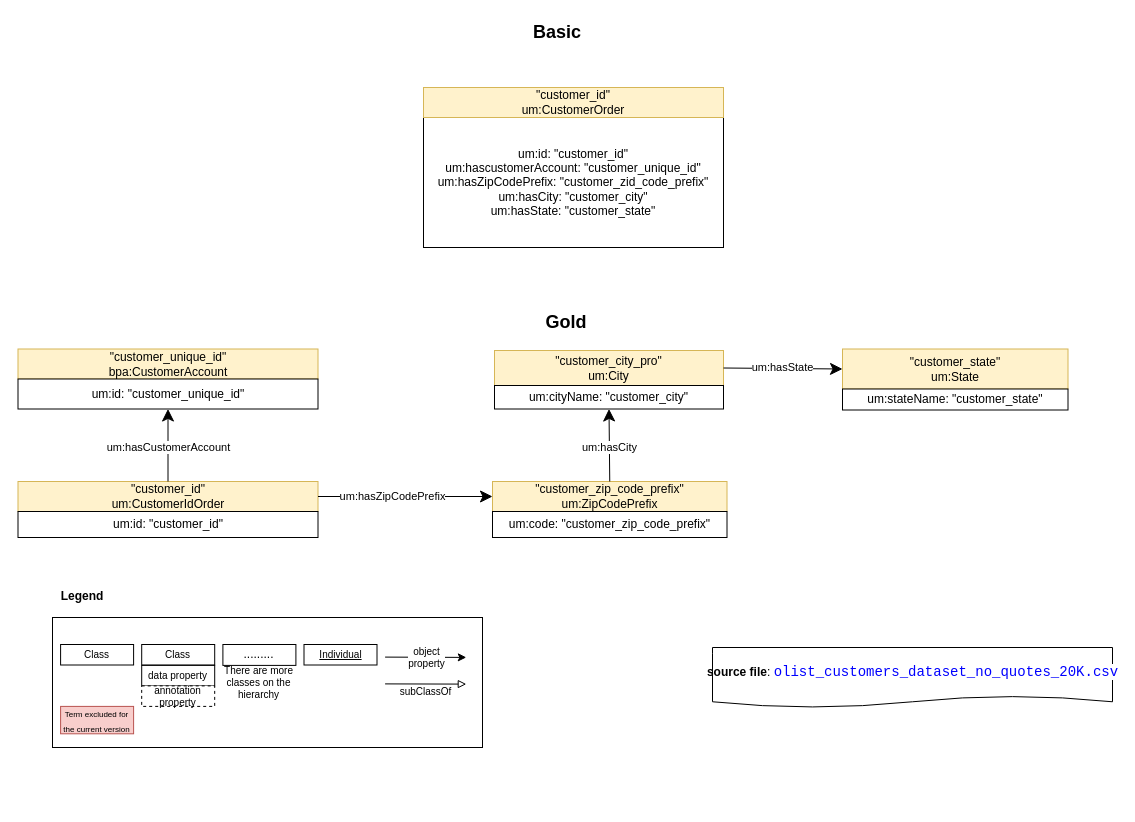
Before: page "Gold-Basic" (7 of 15) of BrazilianE-Commerce/Figures/BrazilianEcommerce.drawio in tecnomod-um/EvaluationGraphAlignmentMethods, a draw.io diagram. Source tidied: cells renumbered, new cells numbered last; positions are measured from the earlier drawing's top-left corner, leaving out a move shared by most shapes. Both pictures are drawn from the tidied source at 100%, with x=0, y=0 at pixel (18, 17).
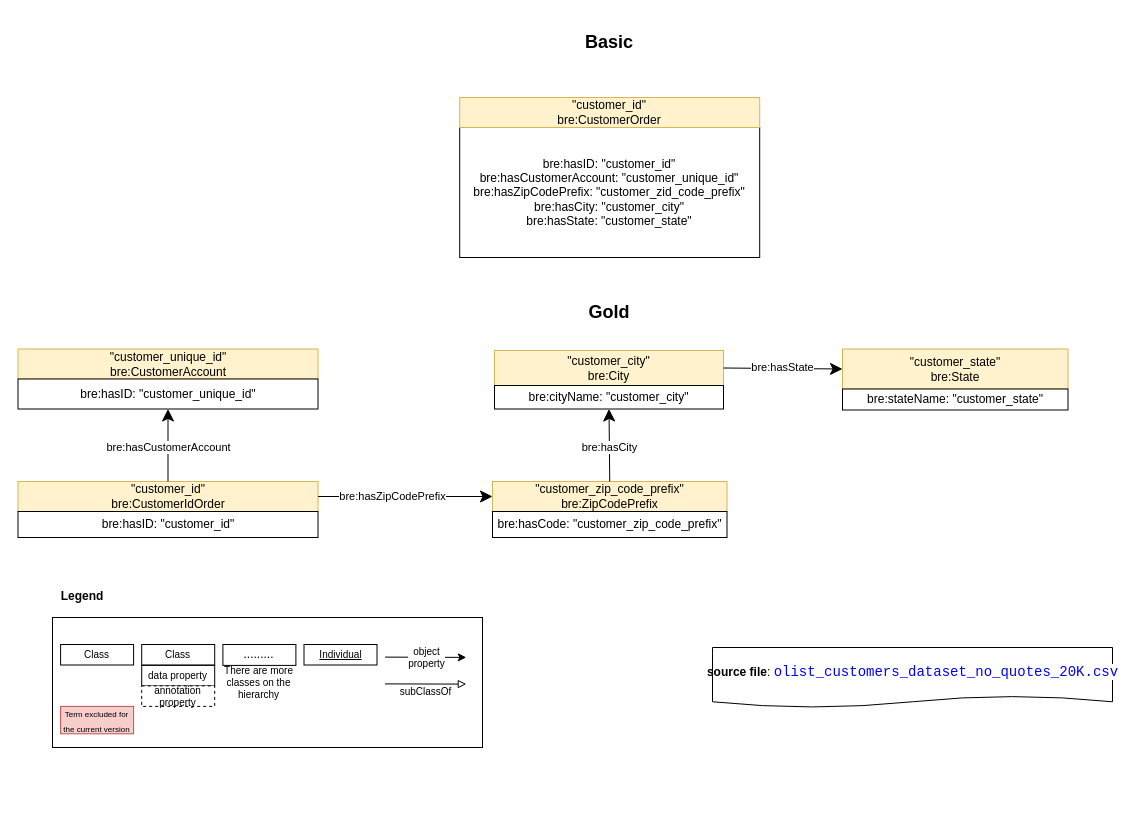
Above is the later version.

What changed in the source:
```diff
@@
-    <mxCell id="2" value="&quot;customer_id&quot;&lt;br&gt;um:CustomerIdOrder" style="rounded=0;whiteSpace=wrap;html=1;labelBackgroundColor=none;fillColor=#fff2cc;strokeColor=#d6b656;noLabel=0;" parent="1" vertex="1">
-      <mxGeometry x="-0.5" y="464" width="300" height="30" as="geometry" />
-    </mxCell>
-    <mxCell id="3" value="&quot;customer_city_pro&quot;&lt;br&gt;um:City" style="rounded=0;whiteSpace=wrap;html=1;labelBackgroundColor=none;fillColor=#fff2cc;strokeColor=#d6b656;noLabel=0;" parent="1" vertex="1">
-      <mxGeometry x="476" y="333" width="229" height="35" as="geometry" />
-    </mxCell>
-    <mxCell id="4" value="um:id: &quot;customer_id&quot;" style="rounded=0;whiteSpace=wrap;html=1;" parent="1" vertex="1">
-      <mxGeometry x="-0.5" y="494" width="300" height="26" as="geometry" />
-    </mxCell>
-    <mxCell id="5" value="&quot;customer_state&quot;&lt;br&gt;um:State" style="rounded=0;whiteSpace=wrap;html=1;labelBackgroundColor=none;fillColor=#fff2cc;strokeColor=#d6b656;noLabel=0;" parent="1" vertex="1">
-      <mxGeometry x="824" y="331.5" width="225.5" height="40" as="geometry" />
-    </mxCell>
-    <mxCell id="6" value="um:cityName: &quot;customer_city&quot;" style="rounded=0;whiteSpace=wrap;html=1;" parent="1" vertex="1">
-      <mxGeometry x="476" y="368" width="229" height="23.5" as="geometry" />
-    </mxCell>
-    <mxCell id="7" value="um:hasState" style="endArrow=classic;html=1;exitX=1;exitY=0.5;exitDx=0;exitDy=0;entryX=0;entryY=0.5;entryDx=0;entryDy=0;rounded=0;endSize=10;startArrow=none;startFill=0;startSize=8;" parent="1" edge="1" source="3" target="5">
-      <mxGeometry x="-0.01" y="1" relative="1" as="geometry" />
-    </mxCell>
-    <mxCell id="8" value="&quot;customer_zip_code_prefix&quot;&lt;br&gt;um:ZipCodePrefix" style="rounded=0;whiteSpace=wrap;html=1;labelBackgroundColor=none;fillColor=#fff2cc;strokeColor=#d6b656;noLabel=0;" parent="1" vertex="1">
-      <mxGeometry x="474" y="464" width="234.5" height="30" as="geometry" />
-    </mxCell>
-    <mxCell id="9" value="um:hasZipCodePrefix" style="endArrow=classic;html=1;rounded=0;exitX=1;exitY=0.5;exitDx=0;exitDy=0;entryX=0;entryY=0.5;entryDx=0;entryDy=0;startArrow=none;startFill=0;endSize=10;startSize=8;" parent="1" edge="1" source="2" target="8">
-      <mxGeometry x="-0.15" relative="1" as="geometry" />
-    </mxCell>
-    <mxCell id="10" value="um:hasCity" style="endArrow=classic;html=1;rounded=0;startSize=8;endSize=10;entryX=0.5;entryY=1;entryDx=0;entryDy=0;startArrow=none;startFill=0;exitX=0.5;exitY=0;exitDx=0;exitDy=0;" parent="1" edge="1" source="8" target="6">
-      <mxGeometry x="-0.06" relative="1" as="geometry" />
-    </mxCell>
-    <mxCell id="11" value="Gold" style="text;html=1;strokeColor=none;fillColor=none;align=center;verticalAlign=middle;whiteSpace=wrap;rounded=0;dashed=1;fontSize=18;fontStyle=1;" parent="1" vertex="1">
-      <mxGeometry x="518" y="290" width="60" height="30" as="geometry" />
-    </mxCell>
@@
-    <mxCell id="25" value="um:stateName: &quot;customer_state&quot;" style="rounded=0;whiteSpace=wrap;html=1;" parent="1" vertex="1">
-      <mxGeometry x="824" y="371.5" width="225.5" height="21" as="geometry" />
-    </mxCell>
-    <mxCell id="26" value="&quot;customer_unique_id&quot;&lt;br&gt;bpa:CustomerAccount" style="rounded=0;whiteSpace=wrap;html=1;labelBackgroundColor=none;fillColor=#fff2cc;strokeColor=#d6b656;noLabel=0;" parent="1" vertex="1">
-      <mxGeometry x="-0.5" y="331.5" width="300" height="30" as="geometry" />
-    </mxCell>
-    <mxCell id="27" value="um:id: &quot;customer_unique_id&quot;" style="rounded=0;whiteSpace=wrap;html=1;" parent="1" vertex="1">
-      <mxGeometry x="-0.5" y="361.5" width="300" height="30" as="geometry" />
-    </mxCell>
-    <mxCell id="28" value="um:hasCustomerAccount" style="endArrow=classic;html=1;rounded=0;exitX=0.5;exitY=0;exitDx=0;exitDy=0;entryX=0.5;entryY=1;entryDx=0;entryDy=0;startArrow=none;startFill=0;endSize=10;startSize=8;" parent="1" edge="1" source="2" target="27">
-      <mxGeometry x="-0.06" relative="1" as="geometry" />
-    </mxCell>
-    <mxCell id="29" value="um:code: &quot;customer_zip_code_prefix&quot;" style="rounded=0;whiteSpace=wrap;html=1;" parent="1" vertex="1">
-      <mxGeometry x="474" y="494" width="234.5" height="26" as="geometry" />
-    </mxCell>
     <mxCell id="30" value="Basic" style="text;html=1;strokeColor=none;fillColor=none;align=center;verticalAlign=middle;whiteSpace=wrap;rounded=0;dashed=1;fontSize=18;fontStyle=1;" parent="1" vertex="1">
-      <mxGeometry x="509" width="60" height="30" as="geometry" />
+      <mxGeometry x="560.5" y="10" width="60" height="30" as="geometry" />
     </mxCell>
-    <mxCell id="31" value="um:id: &quot;customer_id&quot;&lt;br&gt;um:hascustomerAccount: &quot;customer_unique_id&quot;&lt;br&gt;um:hasZipCodePrefix: &quot;customer_zid_code_prefix&quot;&lt;br&gt;um:hasCity: &quot;customer_city&quot;&lt;br&gt;um:hasState: &quot;customer_state&quot;" style="rounded=0;whiteSpace=wrap;html=1;" parent="1" vertex="1">
-      <mxGeometry x="405" y="100" width="300" height="130" as="geometry" />
-    </mxCell>
-    <mxCell id="32" value="&quot;customer_id&quot;&lt;br&gt;um:CustomerOrder" style="rounded=0;whiteSpace=wrap;html=1;labelBackgroundColor=none;fillColor=#fff2cc;strokeColor=#d6b656;noLabel=0;" parent="1" vertex="1">
-      <mxGeometry x="405" y="70" width="300" height="30" as="geometry" />
-    </mxCell>
+    <mxCell id="33" value="bre:hasID: &quot;customer_id&quot;&lt;br&gt;bre:hasCustomerAccount: &quot;customer_unique_id&quot;&lt;br&gt;bre:hasZipCodePrefix: &quot;customer_zid_code_prefix&quot;&lt;br&gt;bre:hasCity: &quot;customer_city&quot;&lt;br&gt;bre:hasState: &quot;customer_state&quot;" style="rounded=0;whiteSpace=wrap;html=1;" parent="1" vertex="1">
+      <mxGeometry x="441.2" y="110" width="300" height="130" as="geometry" />
+    </mxCell>
+    <mxCell id="34" value="&quot;customer_id&quot;&lt;br&gt;bre:CustomerOrder" style="rounded=0;whiteSpace=wrap;html=1;labelBackgroundColor=none;fillColor=#fff2cc;strokeColor=#d6b656;noLabel=0;" parent="1" vertex="1">
+      <mxGeometry x="441.2" y="80" width="300" height="30" as="geometry" />
+    </mxCell>
+    <mxCell id="35" value="&quot;customer_id&quot;&lt;br&gt;bre:CustomerIdOrder" style="rounded=0;whiteSpace=wrap;html=1;labelBackgroundColor=none;fillColor=#fff2cc;strokeColor=#d6b656;noLabel=0;" parent="1" vertex="1">
+      <mxGeometry x="-0.5" y="464" width="300" height="30" as="geometry" />
+    </mxCell>
+    <mxCell id="36" value="&quot;customer_city&quot;&lt;br&gt;bre:City" style="rounded=0;whiteSpace=wrap;html=1;labelBackgroundColor=none;fillColor=#fff2cc;strokeColor=#d6b656;noLabel=0;" parent="1" vertex="1">
+      <mxGeometry x="476" y="333" width="229" height="35" as="geometry" />
+    </mxCell>
+    <mxCell id="37" value="bre:hasID: &quot;customer_id&quot;" style="rounded=0;whiteSpace=wrap;html=1;" parent="1" vertex="1">
+      <mxGeometry x="-0.5" y="494" width="300" height="26" as="geometry" />
+    </mxCell>
+    <mxCell id="38" value="&quot;customer_state&quot;&lt;br&gt;bre:State" style="rounded=0;whiteSpace=wrap;html=1;labelBackgroundColor=none;fillColor=#fff2cc;strokeColor=#d6b656;noLabel=0;" parent="1" vertex="1">
+      <mxGeometry x="824" y="331.5" width="225.5" height="40" as="geometry" />
+    </mxCell>
+    <mxCell id="39" value="bre:cityName: &quot;customer_city&quot;" style="rounded=0;whiteSpace=wrap;html=1;" parent="1" vertex="1">
+      <mxGeometry x="476" y="368" width="229" height="23.5" as="geometry" />
+    </mxCell>
+    <mxCell id="40" value="bre:hasState" style="endArrow=classic;html=1;exitX=1;exitY=0.5;exitDx=0;exitDy=0;entryX=0;entryY=0.5;entryDx=0;entryDy=0;rounded=0;endSize=10;startArrow=none;startFill=0;startSize=8;" parent="1" edge="1" source="36" target="38">
+      <mxGeometry x="-0.01" y="1" relative="1" as="geometry" />
+    </mxCell>
+    <mxCell id="41" value="&quot;customer_zip_code_prefix&quot;&lt;br&gt;bre:ZipCodePrefix" style="rounded=0;whiteSpace=wrap;html=1;labelBackgroundColor=none;fillColor=#fff2cc;strokeColor=#d6b656;noLabel=0;" parent="1" vertex="1">
+      <mxGeometry x="474" y="464" width="234.5" height="30" as="geometry" />
+    </mxCell>
+    <mxCell id="42" value="bre:hasZipCodePrefix" style="endArrow=classic;html=1;rounded=0;exitX=1;exitY=0.5;exitDx=0;exitDy=0;entryX=0;entryY=0.5;entryDx=0;entryDy=0;startArrow=none;startFill=0;endSize=10;startSize=8;" parent="1" edge="1" source="35" target="41">
+      <mxGeometry x="-0.15" relative="1" as="geometry" />
+    </mxCell>
+    <mxCell id="43" value="bre:hasCity" style="endArrow=classic;html=1;rounded=0;startSize=8;endSize=10;entryX=0.5;entryY=1;entryDx=0;entryDy=0;startArrow=none;startFill=0;exitX=0.5;exitY=0;exitDx=0;exitDy=0;" parent="1" edge="1" source="41" target="39">
+      <mxGeometry x="-0.06" relative="1" as="geometry" />
+    </mxCell>
+    <mxCell id="11" value="Gold" style="text;html=1;strokeColor=none;fillColor=none;align=center;verticalAlign=middle;whiteSpace=wrap;rounded=0;dashed=1;fontSize=18;fontStyle=1;" parent="1" vertex="1">
+      <mxGeometry x="560.5" y="280" width="60" height="30" as="geometry" />
+    </mxCell>
+    <mxCell id="44" value="bre:stateName: &quot;customer_state&quot;" style="rounded=0;whiteSpace=wrap;html=1;" parent="1" vertex="1">
+      <mxGeometry x="824" y="371.5" width="225.5" height="21" as="geometry" />
+    </mxCell>
+    <mxCell id="45" value="&quot;customer_unique_id&quot;&lt;br&gt;bre:CustomerAccount" style="rounded=0;whiteSpace=wrap;html=1;labelBackgroundColor=none;fillColor=#fff2cc;strokeColor=#d6b656;noLabel=0;" parent="1" vertex="1">
+      <mxGeometry x="-0.5" y="331.5" width="300" height="30" as="geometry" />
+    </mxCell>
+    <mxCell id="46" value="bre:hasID: &quot;customer_unique_id&quot;" style="rounded=0;whiteSpace=wrap;html=1;" parent="1" vertex="1">
+      <mxGeometry x="-0.5" y="361.5" width="300" height="30" as="geometry" />
+    </mxCell>
+    <mxCell id="47" value="bre:hasCustomerAccount" style="endArrow=classic;html=1;rounded=0;exitX=0.5;exitY=0;exitDx=0;exitDy=0;entryX=0.5;entryY=1;entryDx=0;entryDy=0;startArrow=none;startFill=0;endSize=10;startSize=8;" parent="1" edge="1" source="35" target="46">
+      <mxGeometry x="-0.06" relative="1" as="geometry" />
+    </mxCell>
+    <mxCell id="48" value="bre:hasCode: &quot;customer_zip_code_prefix&quot;" style="rounded=0;whiteSpace=wrap;html=1;" parent="1" vertex="1">
+      <mxGeometry x="474" y="494" width="234.5" height="26" as="geometry" />
+    </mxCell>
```
